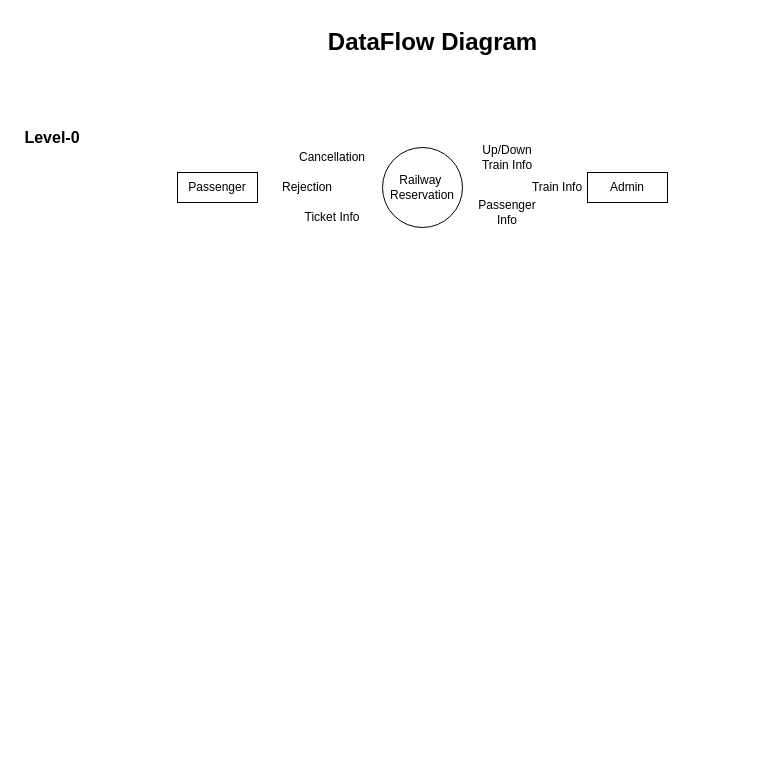
Earlier version of the draw.io diagram Diagrams/Data flow Dig/DataFlowDiagram.drawio (atharvagangrade10/Draw.io). Source tidied: cells renumbered, new cells numbered last; positions are measured from the earlier drawing's top-left corner, leaving out a move shared by most shapes. Both pictures are drawn from the tidied source at 100%, with x=0, y=0 at pixel (17, 17).
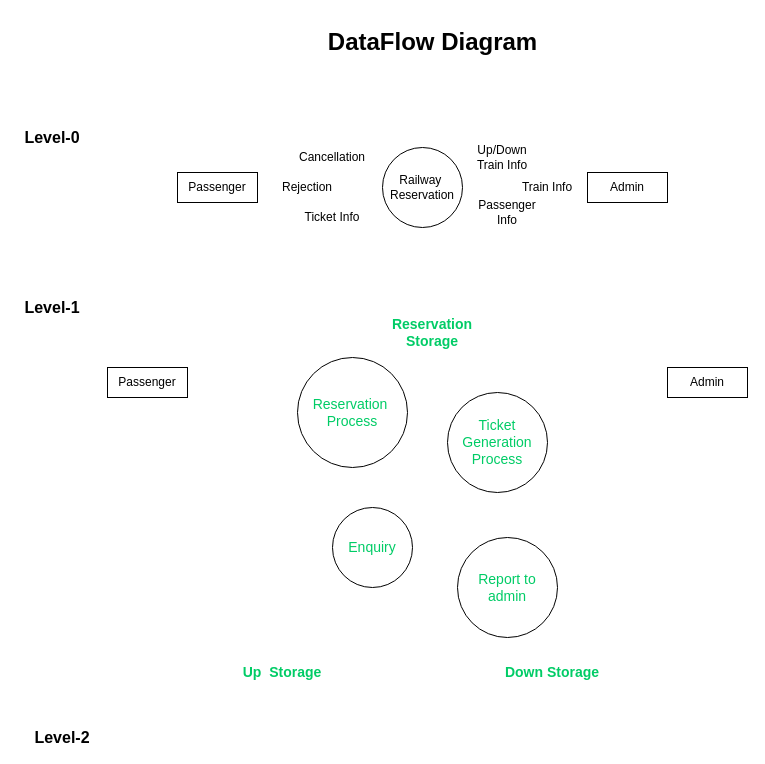
The same page after the edit.

The edit, as a diff of the source:
```diff
@@
     <mxCell id="11" value="Up/Down Train Info" style="text;html=1;strokeColor=none;fillColor=none;align=center;verticalAlign=middle;whiteSpace=wrap;rounded=0;" parent="1" vertex="1">
-      <mxGeometry x="450" y="124.5" width="80" height="30" as="geometry" />
+      <mxGeometry x="445" y="124.5" width="80" height="30" as="geometry" />
     </mxCell>
     <mxCell id="12" value="Train Info" style="text;html=1;strokeColor=none;fillColor=none;align=center;verticalAlign=middle;whiteSpace=wrap;rounded=0;" parent="1" vertex="1">
-      <mxGeometry x="500" y="155" width="80" height="30" as="geometry" />
+      <mxGeometry x="490" y="155" width="80" height="30" as="geometry" />
     </mxCell>
@@
+    <mxCell id="15" value="Passenger" style="rounded=0;whiteSpace=wrap;html=1;" parent="1" vertex="1">
+      <mxGeometry x="90" y="350" width="80" height="30" as="geometry" />
+    </mxCell>
+    <mxCell id="16" value="Admin" style="rounded=0;whiteSpace=wrap;html=1;" parent="1" vertex="1">
+      <mxGeometry x="650" y="350" width="80" height="30" as="geometry" />
+    </mxCell>
+    <mxCell id="17" value="&lt;font style=&quot;font-size: 16px&quot;&gt;&lt;b&gt;Level-1&lt;br&gt;&lt;/b&gt;&lt;/font&gt;" style="text;html=1;strokeColor=none;fillColor=none;align=center;verticalAlign=middle;whiteSpace=wrap;rounded=0;" parent="1" vertex="1">
+      <mxGeometry y="280" width="70" height="20" as="geometry" />
+    </mxCell>
+    <mxCell id="18" value="&lt;font color=&quot;#00cc66&quot;&gt;&lt;span style=&quot;font-size: 14px&quot;&gt;Enquiry&lt;/span&gt;&lt;/font&gt;" style="ellipse;whiteSpace=wrap;html=1;" parent="1" vertex="1">
+      <mxGeometry x="315" y="490" width="80" height="80" as="geometry" />
+    </mxCell>
+    <mxCell id="19" value="&lt;font color=&quot;#00cc66&quot; style=&quot;font-size: 14px&quot;&gt;Reservation&amp;nbsp;&lt;br&gt;Process&lt;/font&gt;" style="ellipse;whiteSpace=wrap;html=1;" parent="1" vertex="1">
+      <mxGeometry x="280" y="340" width="110" height="110" as="geometry" />
+    </mxCell>
+    <mxCell id="20" value="&lt;font color=&quot;#00cc66&quot;&gt;&lt;span style=&quot;font-size: 14px&quot;&gt;Ticket Generation Process&lt;/span&gt;&lt;/font&gt;" style="ellipse;whiteSpace=wrap;html=1;" parent="1" vertex="1">
+      <mxGeometry x="430" y="375" width="100" height="100" as="geometry" />
+    </mxCell>
+    <mxCell id="21" value="&lt;font color=&quot;#00cc66&quot;&gt;&lt;span style=&quot;font-size: 14px&quot;&gt;Report to admin&lt;/span&gt;&lt;/font&gt;" style="ellipse;whiteSpace=wrap;html=1;" parent="1" vertex="1">
+      <mxGeometry x="440" y="520" width="100" height="100" as="geometry" />
+    </mxCell>
+    <mxCell id="22" value="&lt;b&gt;&lt;font color=&quot;#00cc66&quot; style=&quot;font-size: 14px&quot;&gt;Reservation Storage&lt;/font&gt;&lt;/b&gt;" style="text;html=1;strokeColor=none;fillColor=none;align=center;verticalAlign=middle;whiteSpace=wrap;rounded=0;" parent="1" vertex="1">
+      <mxGeometry x="360" y="300" width="110" height="30" as="geometry" />
+    </mxCell>
+    <mxCell id="23" value="&lt;b&gt;&lt;font color=&quot;#00cc66&quot; style=&quot;font-size: 14px&quot;&gt;Up&amp;nbsp; Storage&lt;/font&gt;&lt;/b&gt;" style="text;html=1;strokeColor=none;fillColor=none;align=center;verticalAlign=middle;whiteSpace=wrap;rounded=0;" parent="1" vertex="1">
+      <mxGeometry x="210" y="640" width="110" height="30" as="geometry" />
+    </mxCell>
+    <mxCell id="24" value="&lt;b&gt;&lt;font color=&quot;#00cc66&quot; style=&quot;font-size: 14px&quot;&gt;Down Storage&lt;/font&gt;&lt;/b&gt;" style="text;html=1;strokeColor=none;fillColor=none;align=center;verticalAlign=middle;whiteSpace=wrap;rounded=0;" parent="1" vertex="1">
+      <mxGeometry x="480" y="640" width="110" height="30" as="geometry" />
+    </mxCell>
+    <mxCell id="25" value="&lt;font style=&quot;font-size: 16px&quot;&gt;&lt;b&gt;Level-2&lt;br&gt;&lt;/b&gt;&lt;/font&gt;" style="text;html=1;strokeColor=none;fillColor=none;align=center;verticalAlign=middle;whiteSpace=wrap;rounded=0;" parent="1" vertex="1">
+      <mxGeometry x="10" y="710" width="70" height="20" as="geometry" />
+    </mxCell>
```
